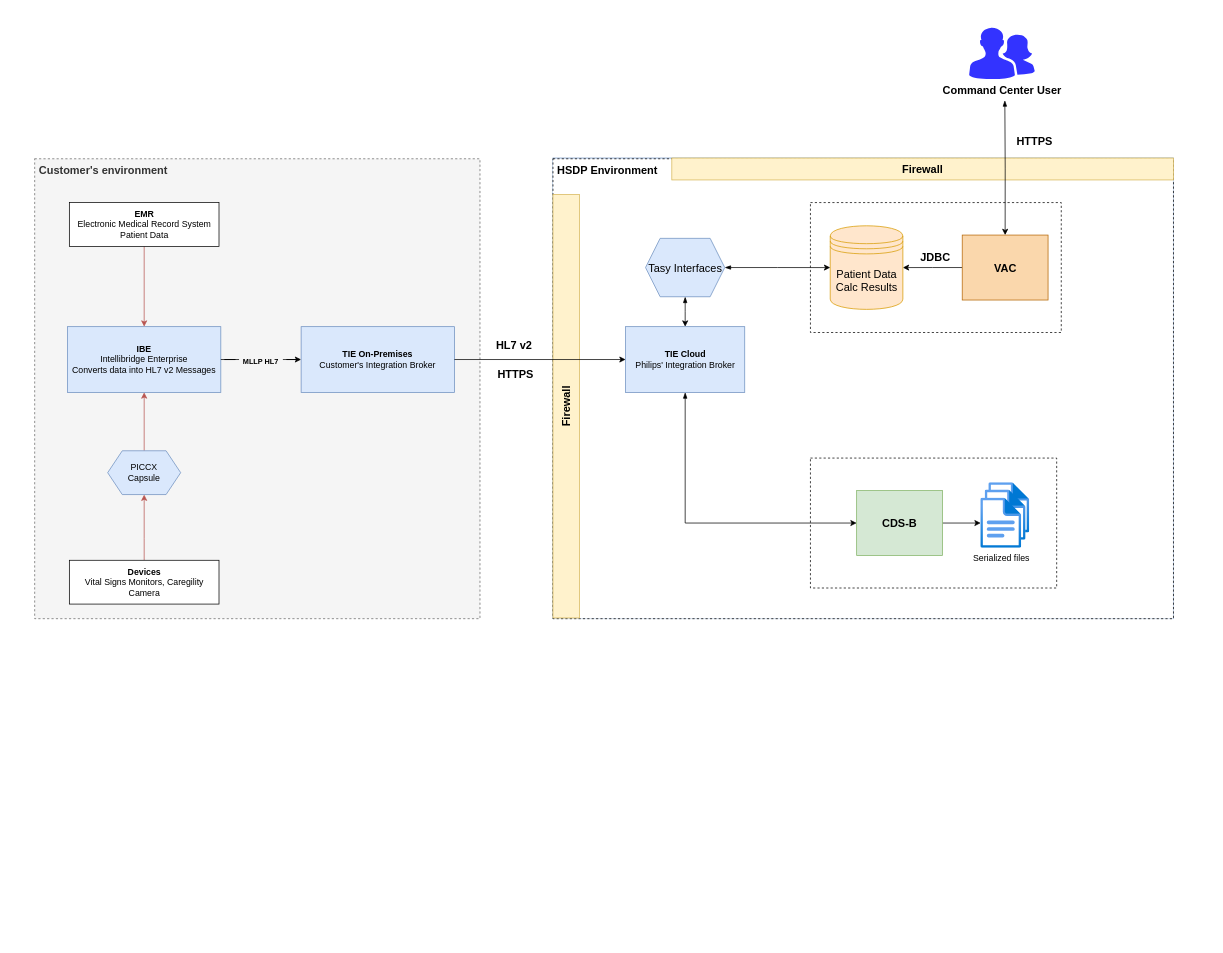
Above: VAC_Data_Flow.drawio in ez-philips/draw_io_diagrams (draw.io), before the change. Source tidied: cells renumbered, new cells numbered last; positions are measured from the earlier drawing's top-left corner, leaving out a move shared by most shapes. Both pictures are drawn from the tidied source at 73%, with x=0, y=0 at pixel (34, 27).
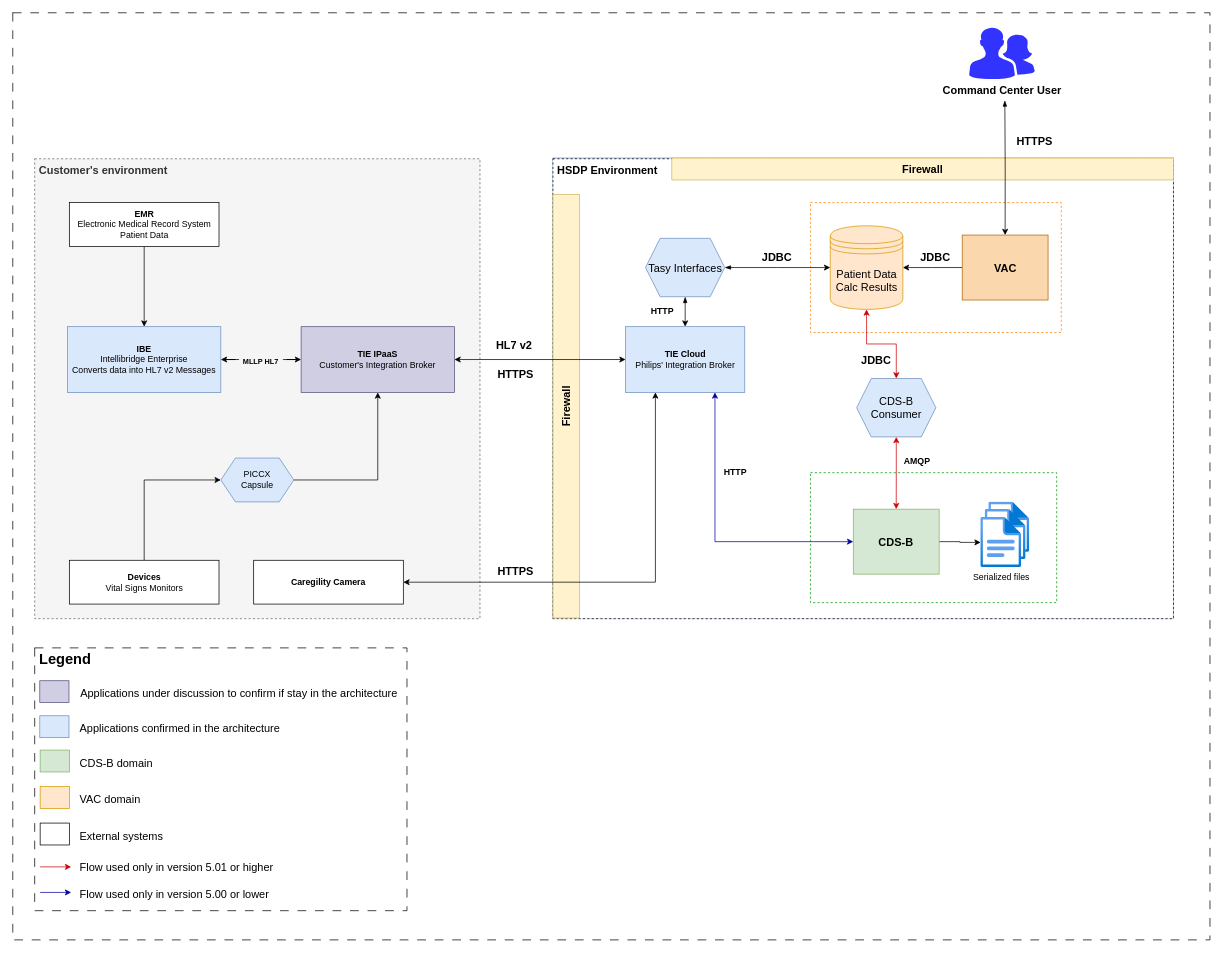
Above is the later version.

Unchanged cells that the change refers to:
```xml
<mxCell id="4" value="&lt;b&gt;EMR&lt;br&gt;&lt;/b&gt;Electronic Medical Record System&lt;br&gt;Patient Data" style="rounded=0;whiteSpace=wrap;html=1;" parent="1" vertex="1">
  <mxGeometry x="47.5" y="240" width="205" height="60" as="geometry" />
</mxCell>
<mxCell id="10" value="&lt;b&gt;IBE&lt;/b&gt;&lt;br&gt;Intellibridge Enterprise&lt;br&gt;Converts data into HL7 v2 Messages" style="rounded=0;whiteSpace=wrap;html=1;fillColor=#dae8fc;strokeColor=#6c8ebf;" parent="1" vertex="1">
  <mxGeometry x="45" y="410" width="210" height="90" as="geometry" />
</mxCell>
<mxCell id="13" value="&lt;font style=&quot;font-size: 10px;&quot;&gt;&lt;b&gt;MLLP HL7&lt;/b&gt;&lt;/font&gt;" style="text;html=1;strokeColor=none;fillColor=none;align=center;verticalAlign=middle;whiteSpace=wrap;rounded=0;fontSize=15;" parent="1" vertex="1">
  <mxGeometry x="280" y="440" width="60" height="30" as="geometry" />
</mxCell>
<mxCell id="14" style="group;fillColor=#dae8fc;strokeColor=#6c8ebf;" parent="1" vertex="1">
  <mxGeometry x="710" y="179" width="850" height="631" as="geometry" />
</mxCell>
<mxCell id="18" value="&lt;b&gt;TIE Cloud&lt;/b&gt;&lt;br&gt;Philips' Integration Broker" style="rounded=0;whiteSpace=wrap;html=1;fillColor=#dae8fc;strokeColor=#6c8ebf;" parent="14" vertex="1">
  <mxGeometry x="99.5" y="231" width="163.2" height="90" as="geometry" />
</mxCell>
<mxCell id="22" value="Patient Data&lt;br&gt;Calc Results" style="shape=datastore;whiteSpace=wrap;html=1;fontSize=15;fillColor=#ffe6cc;strokeColor=#d79b00;" parent="14" vertex="1">
  <mxGeometry x="379.8" y="92.8" width="99.5" height="114.5" as="geometry" />
</mxCell>
```

Change to the diagram source:
```diff
@@
+    <mxCell id="41" style="rounded=0;whiteSpace=wrap;html=1;dashed=1;dashPattern=12 12;fontSize=15;" parent="1" vertex="1">
+      <mxGeometry x="-30" y="-20" width="1640" height="1270" as="geometry" />
+    </mxCell>
+    <mxCell id="42" style="rounded=0;whiteSpace=wrap;html=1;fontSize=15;dashed=1;dashPattern=12 12;" parent="1" vertex="1">
+      <mxGeometry y="850" width="510" height="360" as="geometry" />
+    </mxCell>
@@
-    <mxCell id="3" style="edgeStyle=orthogonalEdgeStyle;rounded=0;jettySize=auto;html=1;entryX=0.5;entryY=0;entryDx=0;entryDy=0;fillColor=#f8cecc;strokeColor=#b85450;" parent="1" edge="1" source="4" target="10">
+    <mxCell id="3" style="edgeStyle=orthogonalEdgeStyle;rounded=0;jettySize=auto;html=1;entryX=0.5;entryY=0;entryDx=0;entryDy=0;fillColor=#f8cecc;strokeColor=#000000;" parent="1" edge="1" source="4" target="10">
       <mxGeometry relative="1" as="geometry" />
     </mxCell>
@@
-    <mxCell id="5" style="edgeStyle=orthogonalEdgeStyle;rounded=0;jettySize=auto;html=1;entryX=0.5;entryY=1;entryDx=0;entryDy=0;fillColor=#f8cecc;strokeColor=#b85450;" parent="1" edge="1" source="6" target="8">
+    <mxCell id="5" style="edgeStyle=orthogonalEdgeStyle;rounded=0;jettySize=auto;html=1;entryX=0;entryY=0.5;entryDx=0;entryDy=0;fillColor=#f8cecc;strokeColor=#000000;" parent="1" edge="1" source="6" target="8">
       <mxGeometry relative="1" as="geometry">
         <Array as="points">
-          <mxPoint x="150" y="700" />
+          <mxPoint x="150" y="620" />
         </Array>
       </mxGeometry>
     </mxCell>
-    <mxCell id="6" value="&lt;b&gt;Devices&lt;br&gt;&lt;/b&gt;Vital Signs Monitors, Caregility Camera" style="rounded=0;whiteSpace=wrap;html=1;" parent="1" vertex="1">
+    <mxCell id="6" value="&lt;b&gt;Devices&lt;br&gt;&lt;/b&gt;Vital Signs Monitors" style="rounded=0;whiteSpace=wrap;html=1;" parent="1" vertex="1">
       <mxGeometry x="47.5" y="730" width="205" height="60" as="geometry" />
     </mxCell>
-    <mxCell id="7" style="edgeStyle=orthogonalEdgeStyle;rounded=0;jettySize=auto;html=1;entryX=0.5;entryY=1;entryDx=0;entryDy=0;fillColor=#f8cecc;strokeColor=#b85450;" parent="1" edge="1" source="8" target="10">
-      <mxGeometry relative="1" as="geometry" />
-    </mxCell>
+    <mxCell id="43" style="edgeStyle=orthogonalEdgeStyle;rounded=0;jettySize=auto;html=1;entryX=0.5;entryY=1;entryDx=0;entryDy=0;strokeColor=#000000;startArrow=none;startFill=0;endArrow=classic;endFill=1;" parent="1" edge="1" source="8" target="11">
+      <mxGeometry relative="1" as="geometry" />
+    </mxCell>
     <mxCell id="8" value="PICCX&lt;br&gt;Capsule" style="shape=hexagon;perimeter=hexagonPerimeter2;whiteSpace=wrap;html=1;fixedSize=1;fillColor=#dae8fc;strokeColor=#6c8ebf;" parent="1" vertex="1">
-      <mxGeometry x="100" y="580" width="100" height="60" as="geometry" />
+      <mxGeometry x="255" y="590" width="100" height="60" as="geometry" />
     </mxCell>
@@
-    <mxCell id="11" value="&lt;b&gt;TIE On-Premises&lt;/b&gt;&lt;br&gt;Customer's Integration Broker" style="rounded=0;whiteSpace=wrap;html=1;fillColor=#dae8fc;strokeColor=#6c8ebf;" parent="1" vertex="1">
+    <mxCell id="11" value="&lt;b&gt;TIE IPaaS&lt;/b&gt;&lt;br&gt;Customer's Integration Broker" style="rounded=0;whiteSpace=wrap;html=1;fillColor=#d0cee2;strokeColor=#56517e;" parent="1" vertex="1">
       <mxGeometry x="365" y="410" width="210" height="90" as="geometry" />
     </mxCell>
-    <mxCell id="12" style="edgeStyle=orthogonalEdgeStyle;rounded=0;jettySize=auto;html=1;entryX=0;entryY=0.5;entryDx=0;entryDy=0;fontSize=15;endArrow=none;" parent="1" edge="1" source="10" target="13">
+    <mxCell id="12" style="edgeStyle=orthogonalEdgeStyle;rounded=0;jettySize=auto;html=1;entryX=0;entryY=0.5;entryDx=0;entryDy=0;fontSize=15;endArrow=none;startArrow=classic;startFill=1;" parent="1" edge="1" source="10" target="13">
       <mxGeometry relative="1" as="geometry" />
     </mxCell>
@@
-    <mxCell id="19" style="rounded=0;whiteSpace=wrap;html=1;fontSize=15;fontColor=#000000;dashed=1;" parent="14" vertex="1">
+    <mxCell id="19" style="rounded=0;whiteSpace=wrap;html=1;fontSize=15;fontColor=#000000;dashed=1;strokeColor=#FF8000;" parent="14" vertex="1">
       <mxGeometry x="352.7" y="61" width="343.6" height="178" as="geometry" />
     </mxCell>
@@
-    <mxCell id="24" style="rounded=0;whiteSpace=wrap;html=1;fontSize=15;fontColor=#000000;dashed=1;" parent="14" vertex="1">
-      <mxGeometry x="352.7" y="411" width="337.3" height="178" as="geometry" />
+    <mxCell id="24" style="rounded=0;whiteSpace=wrap;html=1;fontSize=15;fontColor=#000000;dashed=1;strokeColor=#009900;" parent="14" vertex="1">
+      <mxGeometry x="352.7" y="431" width="337.3" height="178" as="geometry" />
     </mxCell>
@@
     <mxCell id="26" value="&lt;b&gt;CDS-B&lt;/b&gt;" style="rounded=0;whiteSpace=wrap;html=1;fontSize=15;fillColor=#d5e8d4;strokeColor=#82b366;" parent="14" vertex="1">
-      <mxGeometry x="416" y="455.5" width="117.6" height="89" as="geometry" />
+      <mxGeometry x="411.4" y="481" width="117.6" height="89" as="geometry" />
     </mxCell>
-    <mxCell id="27" style="edgeStyle=orthogonalEdgeStyle;rounded=0;jettySize=auto;html=1;entryX=0;entryY=0.5;entryDx=0;entryDy=0;fontSize=15;fontColor=#000000;startArrow=blockThin;startFill=1;" parent="14" edge="1" source="18" target="26">
+    <mxCell id="27" style="edgeStyle=orthogonalEdgeStyle;rounded=0;jettySize=auto;html=1;entryX=0;entryY=0.5;entryDx=0;entryDy=0;fontSize=15;fontColor=#000000;startArrow=classic;startFill=1;exitX=0.75;exitY=1;exitDx=0;exitDy=0;strokeColor=#000099;" parent="14" edge="1" source="18" target="26">
       <mxGeometry relative="1" as="geometry">
         <Array as="points">
-          <mxPoint x="180.9" y="500" />
+          <mxPoint x="222" y="526" />
         </Array>
       </mxGeometry>
     </mxCell>
@@
     <mxCell id="31" style="group;" parent="14" vertex="1">
-      <mxGeometry x="585.9" y="444.5" width="67" height="90" as="geometry" />
+      <mxGeometry x="585.9" y="471" width="67" height="90" as="geometry" />
     </mxCell>
@@
+    <mxCell id="44" style="edgeStyle=orthogonalEdgeStyle;rounded=0;jettySize=auto;html=1;entryX=0.5;entryY=1;entryDx=0;entryDy=0;startArrow=classic;startFill=1;fillColor=#f8cecc;strokeColor=#CC0000;" parent="14" edge="1" source="46" target="22">
+      <mxGeometry relative="1" as="geometry" />
+    </mxCell>
+    <mxCell id="45" style="edgeStyle=orthogonalEdgeStyle;rounded=0;jettySize=auto;html=1;entryX=0.5;entryY=0;entryDx=0;entryDy=0;startArrow=classic;startFill=1;strokeColor=#CC0000;" parent="14" edge="1" source="46" target="26">
+      <mxGeometry relative="1" as="geometry" />
+    </mxCell>
+    <mxCell id="46" value="CDS-B Consumer" style="shape=hexagon;perimeter=hexagonPerimeter2;whiteSpace=wrap;html=1;fixedSize=1;fontSize=15;fillColor=#dae8fc;strokeColor=#6c8ebf;" parent="14" vertex="1">
+      <mxGeometry x="416" y="302" width="108.5" height="80" as="geometry" />
+    </mxCell>
+    <mxCell id="47" value="&lt;b&gt;AMQP&lt;/b&gt;" style="text;html=1;strokeColor=none;fillColor=none;align=center;verticalAlign=middle;whiteSpace=wrap;rounded=0;" parent="14" vertex="1">
+      <mxGeometry x="469" y="401" width="60" height="30" as="geometry" />
+    </mxCell>
+    <mxCell id="48" value="&lt;b&gt;HTTP&lt;/b&gt;" style="text;html=1;strokeColor=none;fillColor=none;align=center;verticalAlign=middle;whiteSpace=wrap;rounded=0;" parent="14" vertex="1">
+      <mxGeometry x="220" y="414.5" width="60" height="30" as="geometry" />
+    </mxCell>
+    <mxCell id="49" value="&lt;b&gt;HTTP&lt;/b&gt;" style="text;html=1;strokeColor=none;fillColor=none;align=center;verticalAlign=middle;whiteSpace=wrap;rounded=0;" parent="14" vertex="1">
+      <mxGeometry x="120" y="194.5" width="60" height="30" as="geometry" />
+    </mxCell>
+    <mxCell id="50" value="&lt;b&gt;JDBC&lt;/b&gt;" style="text;html=1;strokeColor=none;fillColor=none;align=center;verticalAlign=middle;whiteSpace=wrap;rounded=0;fontSize=15;fontColor=#000000;" parent="14" vertex="1">
+      <mxGeometry x="280" y="121" width="54.3" height="30" as="geometry" />
+    </mxCell>
+    <mxCell id="51" value="&lt;b&gt;JDBC&lt;/b&gt;" style="text;html=1;strokeColor=none;fillColor=none;align=center;verticalAlign=middle;whiteSpace=wrap;rounded=0;fontSize=15;fontColor=#000000;" parent="14" vertex="1">
+      <mxGeometry x="416" y="261" width="54.3" height="30" as="geometry" />
+    </mxCell>
-    <mxCell id="35" style="edgeStyle=orthogonalEdgeStyle;rounded=0;jettySize=auto;html=1;entryX=0;entryY=0.5;entryDx=0;entryDy=0;fontSize=15;fontColor=#000000;" parent="1" edge="1" source="11" target="18">
+    <mxCell id="35" style="edgeStyle=orthogonalEdgeStyle;rounded=0;jettySize=auto;html=1;entryX=0;entryY=0.5;entryDx=0;entryDy=0;fontSize=15;fontColor=#000000;startArrow=classic;startFill=1;" parent="1" edge="1" source="11" target="18">
       <mxGeometry relative="1" as="geometry" />
     </mxCell>
@@
+    <mxCell id="52" style="edgeStyle=orthogonalEdgeStyle;rounded=0;jettySize=auto;html=1;entryX=0.25;entryY=1;entryDx=0;entryDy=0;startArrow=classic;startFill=1;" parent="1" edge="1" source="53" target="18">
+      <mxGeometry relative="1" as="geometry" />
+    </mxCell>
+    <mxCell id="53" value="&lt;b&gt;Caregility Camera&lt;/b&gt;" style="rounded=0;whiteSpace=wrap;html=1;" parent="1" vertex="1">
+      <mxGeometry x="300" y="730" width="205" height="60" as="geometry" />
+    </mxCell>
+    <mxCell id="54" value="&lt;b&gt;HTTPS&lt;/b&gt;" style="text;html=1;strokeColor=none;fillColor=none;align=center;verticalAlign=middle;whiteSpace=wrap;rounded=0;fontSize=15;fontColor=#000000;" parent="1" vertex="1">
+      <mxGeometry x="629" y="730" width="60" height="30" as="geometry" />
+    </mxCell>
+    <mxCell id="55" value="&lt;font style=&quot;font-size: 20px;&quot;&gt;&lt;b&gt;Legend&lt;/b&gt;&lt;/font&gt;" style="text;html=1;strokeColor=none;fillColor=none;align=center;verticalAlign=middle;whiteSpace=wrap;rounded=0;" parent="1" vertex="1">
+      <mxGeometry x="12" y="850" width="60" height="30" as="geometry" />
+    </mxCell>
+    <mxCell id="56" style="rounded=0;whiteSpace=wrap;html=1;fillColor=#d0cee2;strokeColor=#56517e;" parent="1" vertex="1">
+      <mxGeometry x="7" y="895" width="40" height="30" as="geometry" />
+    </mxCell>
+    <mxCell id="57" value="&lt;font style=&quot;font-size: 15px;&quot;&gt;Applications under discussion to confirm if stay in the architecture&lt;/font&gt;" style="text;html=1;strokeColor=none;fillColor=none;align=center;verticalAlign=middle;whiteSpace=wrap;rounded=0;fontSize=20;" parent="1" vertex="1">
+      <mxGeometry x="60" y="895" width="440" height="30" as="geometry" />
+    </mxCell>
+    <mxCell id="58" style="rounded=0;whiteSpace=wrap;html=1;fillColor=#dae8fc;strokeColor=#6c8ebf;" parent="1" vertex="1">
+      <mxGeometry x="7" y="943" width="40" height="30" as="geometry" />
+    </mxCell>
+    <mxCell id="59" value="&lt;font style=&quot;font-size: 15px;&quot;&gt;Applications confirmed in the architecture&lt;/font&gt;" style="text;html=1;strokeColor=none;fillColor=none;align=left;verticalAlign=middle;whiteSpace=wrap;rounded=0;fontSize=20;" parent="1" vertex="1">
+      <mxGeometry x="60" y="943" width="418" height="30" as="geometry" />
+    </mxCell>
+    <mxCell id="60" style="rounded=0;whiteSpace=wrap;html=1;fillColor=#d5e8d4;strokeColor=#82b366;" parent="1" vertex="1">
+      <mxGeometry x="7.5" y="990" width="40" height="30" as="geometry" />
+    </mxCell>
+    <mxCell id="61" value="&lt;font style=&quot;font-size: 15px;&quot;&gt;CDS-B domain&lt;/font&gt;" style="text;html=1;strokeColor=none;fillColor=none;align=left;verticalAlign=middle;whiteSpace=wrap;rounded=0;fontSize=20;" parent="1" vertex="1">
+      <mxGeometry x="60" y="990" width="418" height="30" as="geometry" />
+    </mxCell>
+    <mxCell id="62" style="rounded=0;whiteSpace=wrap;html=1;fillColor=#ffe6cc;strokeColor=#d79b00;" parent="1" vertex="1">
+      <mxGeometry x="7.5" y="1040" width="40" height="30" as="geometry" />
+    </mxCell>
+    <mxCell id="63" value="&lt;font style=&quot;font-size: 15px;&quot;&gt;VAC domain&lt;/font&gt;" style="text;html=1;strokeColor=none;fillColor=none;align=left;verticalAlign=middle;whiteSpace=wrap;rounded=0;fontSize=20;" parent="1" vertex="1">
+      <mxGeometry x="60" y="1040" width="418" height="30" as="geometry" />
+    </mxCell>
+    <mxCell id="64" style="rounded=0;whiteSpace=wrap;html=1;" parent="1" vertex="1">
+      <mxGeometry x="7.5" y="1090" width="40" height="30" as="geometry" />
+    </mxCell>
+    <mxCell id="65" value="&lt;font style=&quot;font-size: 15px;&quot;&gt;External systems&lt;/font&gt;" style="text;html=1;strokeColor=none;fillColor=none;align=left;verticalAlign=middle;whiteSpace=wrap;rounded=0;fontSize=20;" parent="1" vertex="1">
+      <mxGeometry x="60" y="1090" width="418" height="30" as="geometry" />
+    </mxCell>
+    <mxCell id="66" style="endArrow=classic;html=1;rounded=0;strokeColor=#CC0000;fontSize=15;" parent="1" edge="1">
+      <mxGeometry relative="1" as="geometry">
+        <mxPoint x="7.5" y="1150" as="sourcePoint" />
+        <mxPoint x="50" y="1150" as="targetPoint" />
+        <Array as="points">
+          <mxPoint x="7.5" y="1150" />
+        </Array>
+      </mxGeometry>
+    </mxCell>
+    <mxCell id="67" value="&lt;font style=&quot;font-size: 15px;&quot;&gt;Flow used only in version 5.01 or higher&lt;/font&gt;" style="text;html=1;strokeColor=none;fillColor=none;align=left;verticalAlign=middle;whiteSpace=wrap;rounded=0;fontSize=20;" parent="1" vertex="1">
+      <mxGeometry x="60" y="1133" width="418" height="30" as="geometry" />
+    </mxCell>
+    <mxCell id="68" style="endArrow=classic;html=1;rounded=0;strokeColor=#000099;fontSize=15;" parent="1" edge="1">
+      <mxGeometry relative="1" as="geometry">
+        <mxPoint x="7.5" y="1185" as="sourcePoint" />
+        <mxPoint x="50" y="1185" as="targetPoint" />
+        <Array as="points">
+          <mxPoint x="7.5" y="1185" />
+        </Array>
+      </mxGeometry>
+    </mxCell>
+    <mxCell id="69" value="&lt;font style=&quot;font-size: 15px;&quot;&gt;Flow used only in version 5.00 or lower&lt;/font&gt;" style="text;html=1;strokeColor=none;fillColor=none;align=left;verticalAlign=middle;whiteSpace=wrap;rounded=0;fontSize=20;" parent="1" vertex="1">
+      <mxGeometry x="60" y="1170" width="418" height="30" as="geometry" />
+    </mxCell>
```
